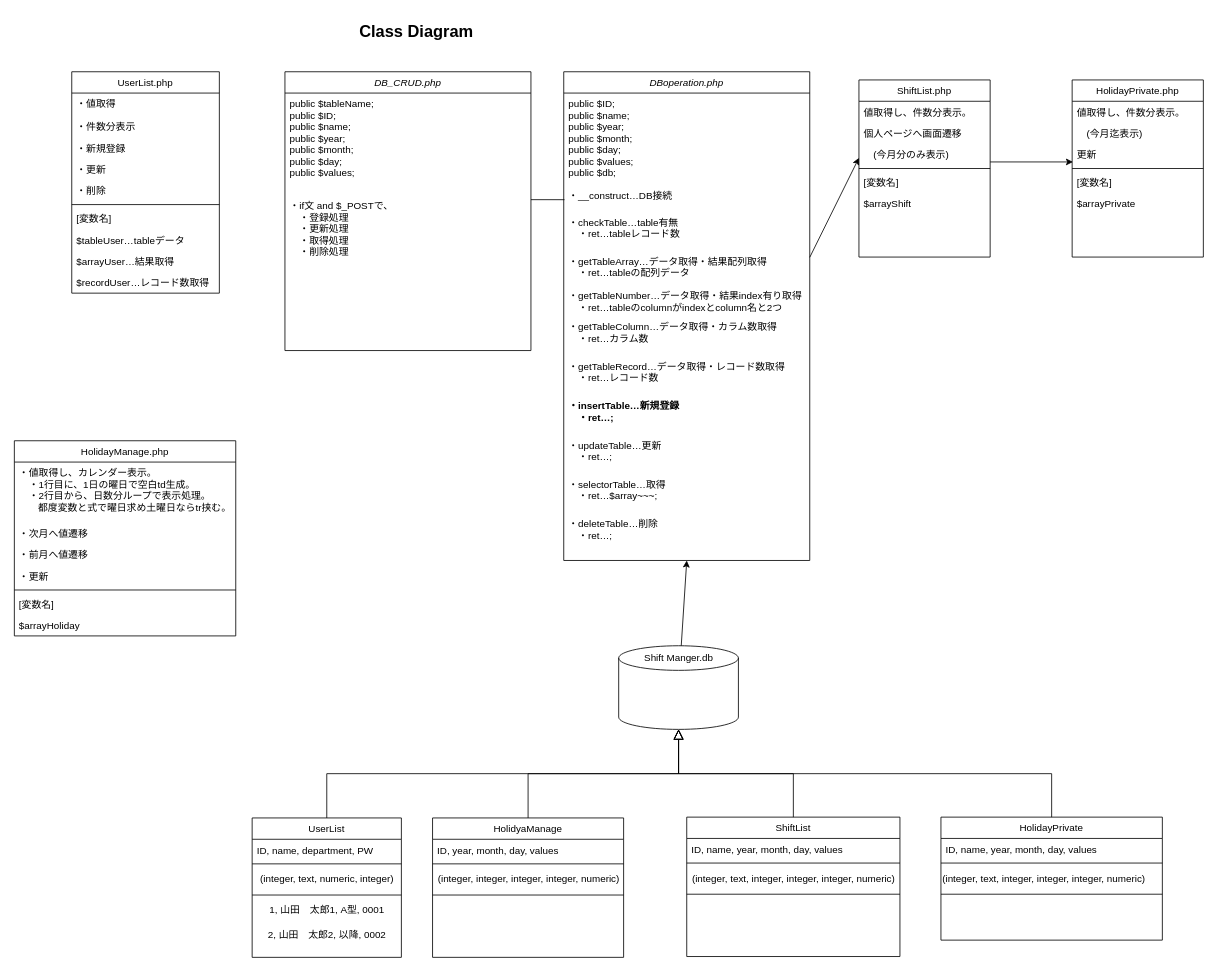
The draw.io diagram Class Diagram.drawio in koji79/koji79, before the edit. Source tidied: cells renumbered, new cells numbered last; positions are measured from the earlier drawing's top-left corner, leaving out a move shared by most shapes. Both pictures are drawn from the tidied source at 82%, with x=0, y=0 at pixel (14, 14).
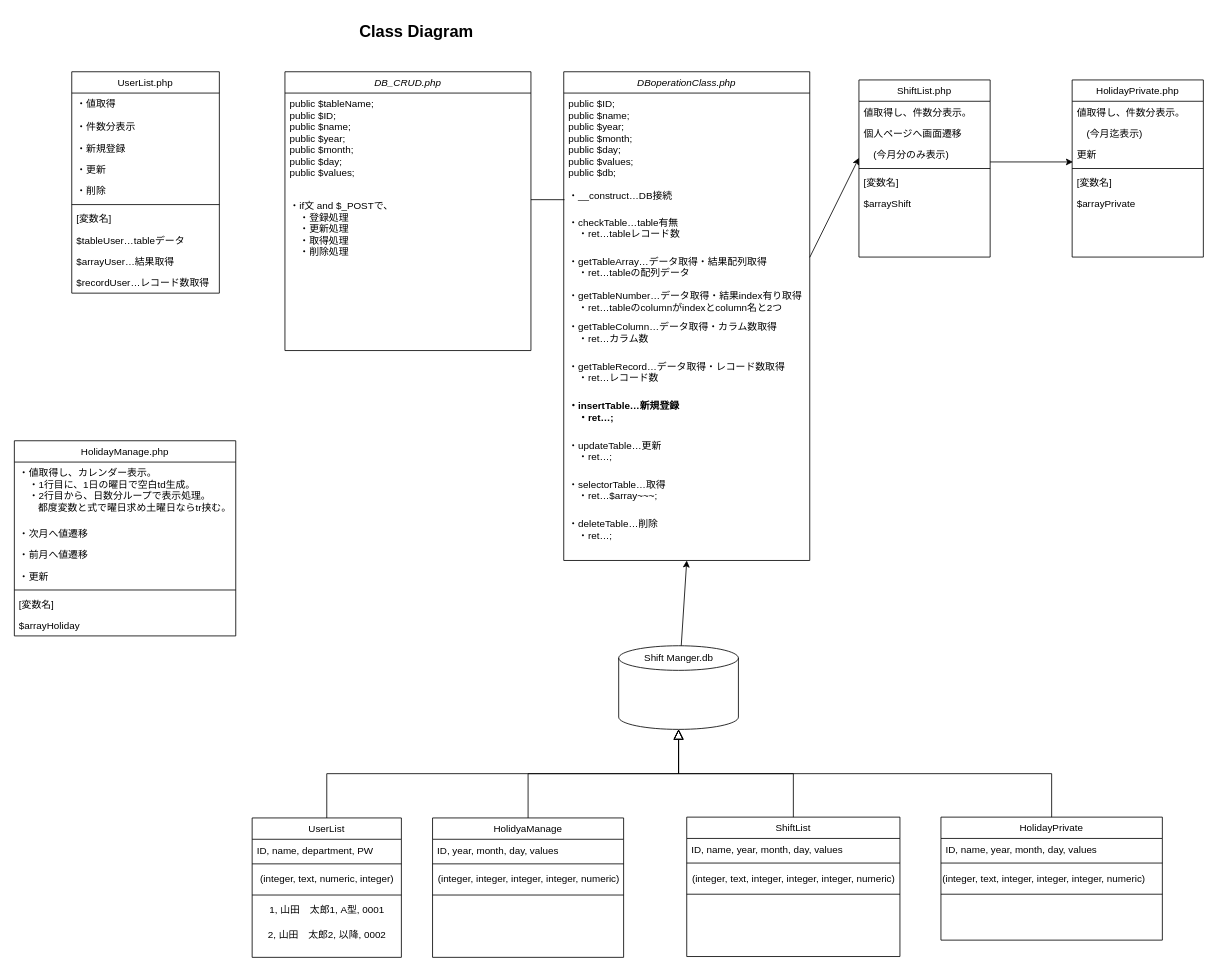
After the change.

Commit message:
Class Diagram.drawio を更新します

What changed in the source:
```diff
@@
-    <mxCell id="2" value="DBoperation.php" style="swimlane;fontStyle=2;align=center;verticalAlign=top;horizontal=1;startSize=26;rounded=0;shadow=0;strokeWidth=1;" parent="1" vertex="1">
+    <mxCell id="2" value="DBoperationClass.php" style="swimlane;fontStyle=2;align=center;verticalAlign=top;horizontal=1;startSize=26;rounded=0;shadow=0;strokeWidth=1;" parent="1" vertex="1">
       <mxGeometry x="670" y="70" width="300" height="596" as="geometry" />
     </mxCell>
```
